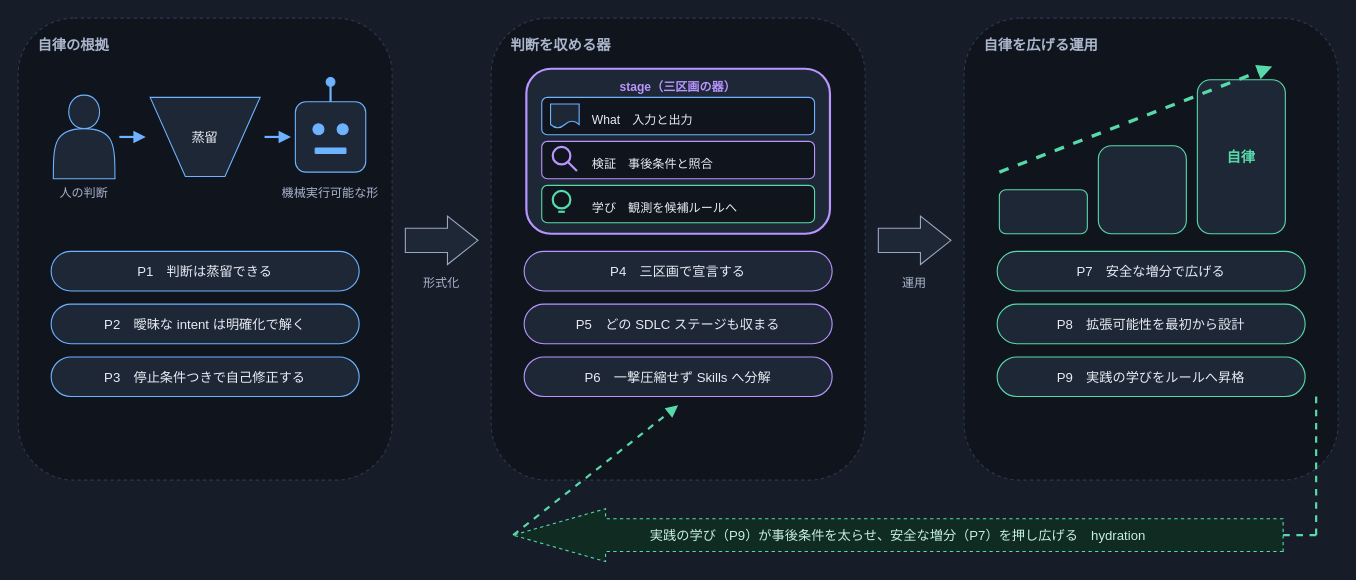
Earlier version of the draw.io diagram docs/diagrams/spec-principles.drawio (mazyu36/aidlc-workflows-note). Source tidied: cells renumbered, new cells numbered last; positions are measured from the earlier drawing's top-left corner, leaving out a move shared by most shapes. Both pictures are drawn from the tidied source at 110%, with x=0, y=0 at pixel (18, 18).
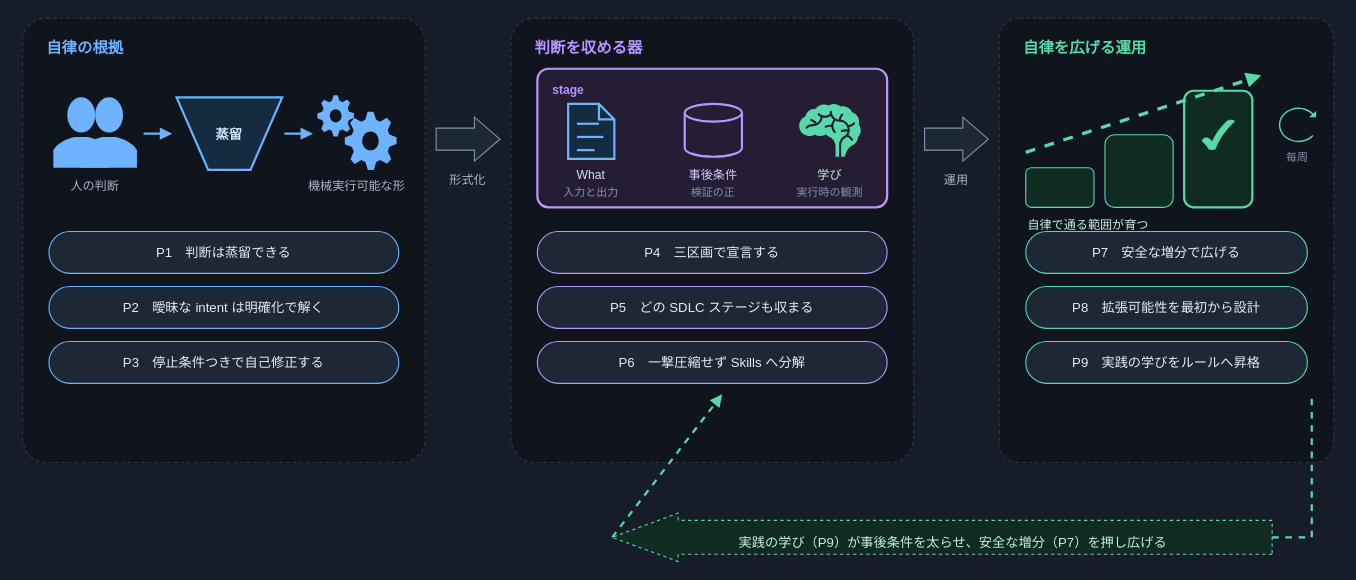
The same diagram, later.

Commit message (it also covers changes not shown here):
Rebuild spec diagrams with draw.io bundled pictogram stencils

Diff of the diagram source:
```diff
@@
-    <mxCell id="2" style="rounded=1;html=0;fillColor=#10141d;strokeColor=#2c3850;dashed=1;" parent="1" vertex="1">
-      <mxGeometry width="340" height="420" as="geometry" />
+    <mxCell id="2" style="rounded=1;html=0;arcSize=6;fillColor=#10141d;strokeColor=#2c3850;dashed=1;" parent="1" vertex="1">
+      <mxGeometry x="4" width="366" height="404" as="geometry" />
     </mxCell>
-    <mxCell id="3" value="自律の根拠" style="text;html=0;align=left;fontColor=#aab6cc;fontSize=13;fontStyle=1;" parent="1" vertex="1">
-      <mxGeometry x="16" y="10" width="200" height="24" as="geometry" />
+    <mxCell id="3" value="自律の根拠" style="text;html=0;align=left;fontColor=#6db3ff;fontSize=14;fontStyle=1;" parent="1" vertex="1">
+      <mxGeometry x="24" y="12" width="220" height="22" as="geometry" />
     </mxCell>
+    <mxCell id="53" style="shape=mxgraph.gmdl.users;html=0;fillColor=#6db3ff;strokeColor=none;" parent="1" vertex="1">
+      <mxGeometry x="32" y="72" width="76" height="64" as="geometry" />
+    </mxCell>
-    <mxCell id="4" value="人の判断" style="shape=actor;html=0;fillColor=#1e2736;strokeColor=#6db3ff;fontColor=#aab6cc;fontSize=11;verticalLabelPosition=bottom;verticalAlign=top;" parent="1" vertex="1">
-      <mxGeometry x="32" y="70" width="56" height="76" as="geometry" />
+    <mxCell id="4" value="人の判断" style="text;html=0;align=center;fontColor=#aab6cc;fontSize=11;" parent="1" vertex="1">
+      <mxGeometry x="32" y="140" width="76" height="18" as="geometry" />
     </mxCell>
-    <mxCell id="5" value="蒸留" style="shape=trapezoid;flipV=1;html=0;fillColor=#1e2736;strokeColor=#6db3ff;fontColor=#e8ecf4;fontSize=12;size=0.32;" parent="1" vertex="1">
-      <mxGeometry x="120" y="72" width="100" height="72" as="geometry" />
+    <mxCell id="5" style="shape=trapezoid;flipV=1;html=0;fillColor=#152b3f;strokeColor=#6db3ff;strokeWidth=2;size=0.3;perimeter=none;" parent="1" vertex="1">
+      <mxGeometry x="144" y="72" width="96" height="66" as="geometry" />
     </mxCell>
-    <mxCell id="6" style="rounded=1;html=0;fillColor=#1e2736;strokeColor=#6db3ff;" parent="1" vertex="1">
-      <mxGeometry x="252" y="76" width="64" height="64" as="geometry" />
-    </mxCell>
-    <mxCell id="7" style="ellipse;html=0;fillColor=#6db3ff;strokeColor=#6db3ff;" parent="1" vertex="1">
-      <mxGeometry x="268" y="96" width="10" height="10" as="geometry" />
-    </mxCell>
-    <mxCell id="8" style="ellipse;html=0;fillColor=#6db3ff;strokeColor=#6db3ff;" parent="1" vertex="1">
-      <mxGeometry x="290" y="96" width="10" height="10" as="geometry" />
-    </mxCell>
-    <mxCell id="9" style="rounded=1;html=0;fillColor=#6db3ff;strokeColor=#6db3ff;" parent="1" vertex="1">
-      <mxGeometry x="270" y="118" width="28" height="5" as="geometry" />
-    </mxCell>
-    <mxCell id="10" style="html=0;strokeColor=#6db3ff;strokeWidth=2;endArrow=none;" parent="1" edge="1">
-      <mxGeometry relative="1" as="geometry">
-        <mxPoint x="284" y="76" as="sourcePoint" />
-        <mxPoint x="284" y="62" as="targetPoint" />
-      </mxGeometry>
-    </mxCell>
-    <mxCell id="11" style="ellipse;html=0;fillColor=#6db3ff;strokeColor=#6db3ff;" parent="1" vertex="1">
-      <mxGeometry x="280" y="54" width="8" height="8" as="geometry" />
-    </mxCell>
+    <mxCell id="54" value="蒸留" style="text;html=0;align=center;fontColor=#cfe6ff;fontSize=12;fontStyle=1;" parent="1" vertex="1">
+      <mxGeometry x="144" y="92" width="96" height="18" as="geometry" />
+    </mxCell>
+    <mxCell id="55" style="shape=mxgraph.mscae.general_symbols.gears;html=0;fillColor=#6db3ff;strokeColor=none;" parent="1" vertex="1">
+      <mxGeometry x="272" y="70" width="72" height="68" as="geometry" />
+    </mxCell>
     <mxCell id="12" value="機械実行可能な形" style="text;html=0;align=center;fontColor=#aab6cc;fontSize=11;" parent="1" vertex="1">
-      <mxGeometry x="228" y="146" width="112" height="18" as="geometry" />
+      <mxGeometry x="258" y="140" width="100" height="18" as="geometry" />
     </mxCell>
     <mxCell id="13" style="html=0;strokeColor=#6db3ff;strokeWidth=2;endArrow=block;" parent="1" edge="1">
       <mxGeometry relative="1" as="geometry">
-        <mxPoint x="92" y="108" as="sourcePoint" />
-        <mxPoint x="116" y="108" as="targetPoint" />
+        <mxPoint x="114" y="105" as="sourcePoint" />
+        <mxPoint x="140" y="105" as="targetPoint" />
       </mxGeometry>
     </mxCell>
     <mxCell id="14" style="html=0;strokeColor=#6db3ff;strokeWidth=2;endArrow=block;" parent="1" edge="1">
       <mxGeometry relative="1" as="geometry">
-        <mxPoint x="224" y="108" as="sourcePoint" />
-        <mxPoint x="248" y="108" as="targetPoint" />
+        <mxPoint x="242" y="105" as="sourcePoint" />
+        <mxPoint x="268" y="105" as="targetPoint" />
       </mxGeometry>
     </mxCell>
     <mxCell id="15" value="P1　判断は蒸留できる" style="rounded=1;html=0;arcSize=50;fillColor=#1e2736;strokeColor=#6db3ff;fontColor=#e8ecf4;fontSize=12;" parent="1" vertex="1">
-      <mxGeometry x="30" y="212" width="280" height="36" as="geometry" />
+      <mxGeometry x="28" y="194" width="318" height="38" as="geometry" />
     </mxCell>
     <mxCell id="16" value="P2　曖昧な intent は明確化で解く" style="rounded=1;html=0;arcSize=50;fillColor=#1e2736;strokeColor=#6db3ff;fontColor=#e8ecf4;fontSize=12;" parent="1" vertex="1">
-      <mxGeometry x="30" y="260" width="280" height="36" as="geometry" />
+      <mxGeometry x="28" y="244" width="318" height="38" as="geometry" />
     </mxCell>
     <mxCell id="17" value="P3　停止条件つきで自己修正する" style="rounded=1;html=0;arcSize=50;fillColor=#1e2736;strokeColor=#6db3ff;fontColor=#e8ecf4;fontSize=12;" parent="1" vertex="1">
-      <mxGeometry x="30" y="308" width="280" height="36" as="geometry" />
+      <mxGeometry x="28" y="294" width="318" height="38" as="geometry" />
     </mxCell>
-    <mxCell id="18" style="shape=singleArrow;html=0;arrowWidth=0.5;arrowSize=0.42;fillColor=#1e2736;strokeColor=#9aa7bf;" parent="1" vertex="1">
-      <mxGeometry x="352" y="180" width="66" height="44" as="geometry" />
+    <mxCell id="18" style="shape=singleArrow;html=0;arrowWidth=0.5;arrowSize=0.4;fillColor=#1e2736;strokeColor=#8492ac;" parent="1" vertex="1">
+      <mxGeometry x="380" y="90" width="58" height="40" as="geometry" />
     </mxCell>
     <mxCell id="19" value="形式化" style="text;html=0;align=center;fontColor=#aab6cc;fontSize=11;" parent="1" vertex="1">
-      <mxGeometry x="352" y="228" width="66" height="18" as="geometry" />
+      <mxGeometry x="380" y="134" width="58" height="18" as="geometry" />
     </mxCell>
-    <mxCell id="20" style="rounded=1;html=0;fillColor=#10141d;strokeColor=#2c3850;dashed=1;" parent="1" vertex="1">
-      <mxGeometry x="430" width="340" height="420" as="geometry" />
+    <mxCell id="20" style="rounded=1;html=0;arcSize=6;fillColor=#10141d;strokeColor=#2c3850;dashed=1;" parent="1" vertex="1">
+      <mxGeometry x="448" width="366" height="404" as="geometry" />
     </mxCell>
-    <mxCell id="21" value="判断を収める器" style="text;html=0;align=left;fontColor=#aab6cc;fontSize=13;fontStyle=1;" parent="1" vertex="1">
-      <mxGeometry x="446" y="10" width="200" height="24" as="geometry" />
+    <mxCell id="21" value="判断を収める器" style="text;html=0;align=left;fontColor=#b895ff;fontSize=14;fontStyle=1;" parent="1" vertex="1">
+      <mxGeometry x="468" y="12" width="220" height="22" as="geometry" />
     </mxCell>
-    <mxCell id="22" style="rounded=1;html=0;fillColor=#1e2736;strokeColor=#b895ff;strokeWidth=2;" parent="1" vertex="1">
-      <mxGeometry x="462" y="46" width="276" height="150" as="geometry" />
+    <mxCell id="22" style="rounded=1;html=0;arcSize=8;fillColor=#241d33;strokeColor=#b895ff;strokeWidth=2;" parent="1" vertex="1">
+      <mxGeometry x="472" y="46" width="318" height="126" as="geometry" />
     </mxCell>
-    <mxCell id="23" value="stage（三区画の器）" style="text;html=0;align=center;fontColor=#b895ff;fontSize=11;fontStyle=1;" parent="1" vertex="1">
-      <mxGeometry x="462" y="50" width="276" height="16" as="geometry" />
-    </mxCell>
-    <mxCell id="24" style="rounded=1;html=0;fillColor=#10141d;strokeColor=#6db3ff;" parent="1" vertex="1">
-      <mxGeometry x="476" y="72" width="248" height="34" as="geometry" />
-    </mxCell>
-    <mxCell id="25" style="shape=document;html=0;fillColor=#1e2736;strokeColor=#6db3ff;" parent="1" vertex="1">
-      <mxGeometry x="484" y="78" width="26" height="22" as="geometry" />
-    </mxCell>
-    <mxCell id="26" value="What　入力と出力" style="text;html=0;align=left;fontColor=#e8ecf4;fontSize=11;" parent="1" vertex="1">
-      <mxGeometry x="520" y="80" width="190" height="18" as="geometry" />
-    </mxCell>
-    <mxCell id="27" style="rounded=1;html=0;fillColor=#10141d;strokeColor=#b895ff;" parent="1" vertex="1">
-      <mxGeometry x="476" y="112" width="248" height="34" as="geometry" />
-    </mxCell>
-    <mxCell id="28" style="ellipse;html=0;fillColor=none;strokeColor=#b895ff;strokeWidth=2;" parent="1" vertex="1">
-      <mxGeometry x="486" y="117" width="16" height="16" as="geometry" />
-    </mxCell>
-    <mxCell id="29" style="html=0;strokeColor=#b895ff;strokeWidth=2;endArrow=none;" parent="1" edge="1">
-      <mxGeometry relative="1" as="geometry">
-        <mxPoint x="500" y="131" as="sourcePoint" />
-        <mxPoint x="508" y="139" as="targetPoint" />
-      </mxGeometry>
-    </mxCell>
-    <mxCell id="30" value="検証　事後条件と照合" style="text;html=0;align=left;fontColor=#e8ecf4;fontSize=11;" parent="1" vertex="1">
-      <mxGeometry x="520" y="120" width="190" height="18" as="geometry" />
-    </mxCell>
-    <mxCell id="31" style="rounded=1;html=0;fillColor=#10141d;strokeColor=#57d9a9;" parent="1" vertex="1">
-      <mxGeometry x="476" y="152" width="248" height="34" as="geometry" />
-    </mxCell>
-    <mxCell id="32" style="ellipse;html=0;fillColor=none;strokeColor=#57d9a9;strokeWidth=2;" parent="1" vertex="1">
-      <mxGeometry x="486" y="157" width="16" height="16" as="geometry" />
-    </mxCell>
-    <mxCell id="33" style="html=0;strokeColor=#57d9a9;strokeWidth=2;endArrow=none;" parent="1" edge="1">
-      <mxGeometry relative="1" as="geometry">
-        <mxPoint x="491" y="176" as="sourcePoint" />
-        <mxPoint x="497" y="176" as="targetPoint" />
-      </mxGeometry>
-    </mxCell>
-    <mxCell id="34" value="学び　観測を候補ルールへ" style="text;html=0;align=left;fontColor=#e8ecf4;fontSize=11;" parent="1" vertex="1">
-      <mxGeometry x="520" y="160" width="190" height="18" as="geometry" />
-    </mxCell>
+    <mxCell id="56" value="stage" style="text;html=0;align=left;fontColor=#b895ff;fontSize=11;fontStyle=1;" parent="1" vertex="1">
+      <mxGeometry x="484" y="52" width="90" height="16" as="geometry" />
+    </mxCell>
+    <mxCell id="57" style="shape=note;html=0;size=14;fillColor=#152b3f;strokeColor=#6db3ff;strokeWidth=2;" parent="1" vertex="1">
+      <mxGeometry x="500" y="78" width="42" height="50" as="geometry" />
+    </mxCell>
+    <mxCell id="58" style="html=0;strokeColor=#6db3ff;strokeWidth=2;endArrow=none;" parent="1" edge="1">
+      <mxGeometry relative="1" as="geometry">
+        <mxPoint x="508" y="96" as="sourcePoint" />
+        <mxPoint x="528" y="96" as="targetPoint" />
+      </mxGeometry>
+    </mxCell>
+    <mxCell id="59" style="html=0;strokeColor=#6db3ff;strokeWidth=2;endArrow=none;" parent="1" edge="1">
+      <mxGeometry relative="1" as="geometry">
+        <mxPoint x="508" y="108" as="sourcePoint" />
+        <mxPoint x="532" y="108" as="targetPoint" />
+      </mxGeometry>
+    </mxCell>
+    <mxCell id="60" style="html=0;strokeColor=#6db3ff;strokeWidth=2;endArrow=none;" parent="1" edge="1">
+      <mxGeometry relative="1" as="geometry">
+        <mxPoint x="508" y="120" as="sourcePoint" />
+        <mxPoint x="524" y="120" as="targetPoint" />
+      </mxGeometry>
+    </mxCell>
+    <mxCell id="61" value="What" style="text;html=0;align=center;fontColor=#cfe6ff;fontSize=11;" parent="1" vertex="1">
+      <mxGeometry x="486" y="130" width="70" height="16" as="geometry" />
+    </mxCell>
+    <mxCell id="62" value="入力と出力" style="text;html=0;align=center;fontColor=#8492ac;fontSize=10;" parent="1" vertex="1">
+      <mxGeometry x="480" y="146" width="82" height="14" as="geometry" />
+    </mxCell>
+    <mxCell id="63" style="shape=mxgraph.flowchart.database;html=0;fillColor=#241d33;strokeColor=#b895ff;strokeWidth=2;" parent="1" vertex="1">
+      <mxGeometry x="606" y="78" width="52" height="48" as="geometry" />
+    </mxCell>
+    <mxCell id="64" value="事後条件" style="text;html=0;align=center;fontColor=#dbc9ff;fontSize=11;" parent="1" vertex="1">
+      <mxGeometry x="597" y="130" width="70" height="16" as="geometry" />
+    </mxCell>
+    <mxCell id="65" value="検証の正" style="text;html=0;align=center;fontColor=#8492ac;fontSize=10;" parent="1" vertex="1">
+      <mxGeometry x="597" y="146" width="70" height="14" as="geometry" />
+    </mxCell>
+    <mxCell id="66" style="shape=mxgraph.signs.healthcare.brain;html=0;fillColor=#57d9a9;strokeColor=none;" parent="1" vertex="1">
+      <mxGeometry x="710" y="78" width="56" height="48" as="geometry" />
+    </mxCell>
+    <mxCell id="67" value="学び" style="text;html=0;align=center;fontColor=#c8f0e0;fontSize=11;" parent="1" vertex="1">
+      <mxGeometry x="703" y="130" width="70" height="16" as="geometry" />
+    </mxCell>
+    <mxCell id="68" value="実行時の観測" style="text;html=0;align=center;fontColor=#8492ac;fontSize=10;" parent="1" vertex="1">
+      <mxGeometry x="696" y="146" width="84" height="14" as="geometry" />
+    </mxCell>
     <mxCell id="35" value="P4　三区画で宣言する" style="rounded=1;html=0;arcSize=50;fillColor=#1e2736;strokeColor=#b895ff;fontColor=#e8ecf4;fontSize=12;" parent="1" vertex="1">
-      <mxGeometry x="460" y="212" width="280" height="36" as="geometry" />
+      <mxGeometry x="472" y="194" width="318" height="38" as="geometry" />
     </mxCell>
     <mxCell id="36" value="P5　どの SDLC ステージも収まる" style="rounded=1;html=0;arcSize=50;fillColor=#1e2736;strokeColor=#b895ff;fontColor=#e8ecf4;fontSize=12;" parent="1" vertex="1">
-      <mxGeometry x="460" y="260" width="280" height="36" as="geometry" />
+      <mxGeometry x="472" y="244" width="318" height="38" as="geometry" />
     </mxCell>
     <mxCell id="37" value="P6　一撃圧縮せず Skills へ分解" style="rounded=1;html=0;arcSize=50;fillColor=#1e2736;strokeColor=#b895ff;fontColor=#e8ecf4;fontSize=12;" parent="1" vertex="1">
-      <mxGeometry x="460" y="308" width="280" height="36" as="geometry" />
+      <mxGeometry x="472" y="294" width="318" height="38" as="geometry" />
     </mxCell>
-    <mxCell id="38" style="shape=singleArrow;html=0;arrowWidth=0.5;arrowSize=0.42;fillColor=#1e2736;strokeColor=#9aa7bf;" parent="1" vertex="1">
-      <mxGeometry x="782" y="180" width="66" height="44" as="geometry" />
+    <mxCell id="38" style="shape=singleArrow;html=0;arrowWidth=0.5;arrowSize=0.4;fillColor=#1e2736;strokeColor=#8492ac;" parent="1" vertex="1">
+      <mxGeometry x="824" y="90" width="58" height="40" as="geometry" />
     </mxCell>
     <mxCell id="39" value="運用" style="text;html=0;align=center;fontColor=#aab6cc;fontSize=11;" parent="1" vertex="1">
-      <mxGeometry x="782" y="228" width="66" height="18" as="geometry" />
+      <mxGeometry x="824" y="134" width="58" height="18" as="geometry" />
     </mxCell>
-    <mxCell id="40" style="rounded=1;html=0;fillColor=#10141d;strokeColor=#2c3850;dashed=1;" parent="1" vertex="1">
-      <mxGeometry x="860" width="340" height="420" as="geometry" />
+    <mxCell id="40" style="rounded=1;html=0;arcSize=6;fillColor=#10141d;strokeColor=#2c3850;dashed=1;" parent="1" vertex="1">
+      <mxGeometry x="892" width="304" height="404" as="geometry" />
     </mxCell>
-    <mxCell id="41" value="自律を広げる運用" style="text;html=0;align=left;fontColor=#aab6cc;fontSize=13;fontStyle=1;" parent="1" vertex="1">
-      <mxGeometry x="876" y="10" width="220" height="24" as="geometry" />
+    <mxCell id="41" value="自律を広げる運用" style="text;html=0;align=left;fontColor=#57d9a9;fontSize=14;fontStyle=1;" parent="1" vertex="1">
+      <mxGeometry x="912" y="12" width="220" height="22" as="geometry" />
     </mxCell>
-    <mxCell id="42" style="rounded=1;html=0;fillColor=#1e2736;strokeColor=#57d9a9;" parent="1" vertex="1">
-      <mxGeometry x="892" y="156" width="80" height="40" as="geometry" />
-    </mxCell>
-    <mxCell id="43" style="rounded=1;html=0;fillColor=#1e2736;strokeColor=#57d9a9;" parent="1" vertex="1">
-      <mxGeometry x="982" y="116" width="80" height="80" as="geometry" />
-    </mxCell>
-    <mxCell id="44" value="自律" style="rounded=1;html=0;fillColor=#1e2736;strokeColor=#57d9a9;fontColor=#57d9a9;fontSize=13;fontStyle=1;verticalAlign=middle;" parent="1" vertex="1">
-      <mxGeometry x="1072" y="56" width="80" height="140" as="geometry" />
-    </mxCell>
+    <mxCell id="69" style="rounded=1;html=0;arcSize=14;fillColor=#0f2b22;strokeColor=#57d9a9;" parent="1" vertex="1">
+      <mxGeometry x="916" y="136" width="62" height="36" as="geometry" />
+    </mxCell>
+    <mxCell id="70" style="rounded=1;html=0;arcSize=14;fillColor=#0f2b22;strokeColor=#57d9a9;" parent="1" vertex="1">
+      <mxGeometry x="988" y="106" width="62" height="66" as="geometry" />
+    </mxCell>
+    <mxCell id="71" style="rounded=1;html=0;arcSize=14;fillColor=#0f2b22;strokeColor=#57d9a9;strokeWidth=2;" parent="1" vertex="1">
+      <mxGeometry x="1060" y="66" width="62" height="106" as="geometry" />
+    </mxCell>
+    <mxCell id="72" style="shape=mxgraph.basic.tick;html=0;fillColor=#57d9a9;strokeColor=none;" parent="1" vertex="1">
+      <mxGeometry x="1076" y="92" width="30" height="28" as="geometry" />
+    </mxCell>
+    <mxCell id="73" value="自律で通る範囲が育つ" style="text;html=0;align=left;fontColor=#c8f0e0;fontSize=11;" parent="1" vertex="1">
+      <mxGeometry x="916" y="175" width="180" height="16" as="geometry" />
+    </mxCell>
-    <mxCell id="45" style="html=0;strokeColor=#57d9a9;strokeWidth=3;endArrow=block;dashed=1;" parent="1" edge="1">
+    <mxCell id="45" style="html=0;strokeColor=#57d9a9;strokeWidth=3;dashed=1;endArrow=block;" parent="1" edge="1">
       <mxGeometry relative="1" as="geometry">
-        <mxPoint x="892" y="140" as="sourcePoint" />
-        <mxPoint x="1140" y="44" as="targetPoint" />
+        <mxPoint x="916" y="122" as="sourcePoint" />
+        <mxPoint x="1130" y="52" as="targetPoint" />
       </mxGeometry>
     </mxCell>
+    <mxCell id="74" style="shape=mxgraph.gmdl.refresh;html=0;fillColor=#57d9a9;strokeColor=none;" parent="1" vertex="1">
+      <mxGeometry x="1146" y="80" width="34" height="34" as="geometry" />
+    </mxCell>
+    <mxCell id="75" value="毎周" style="text;html=0;align=center;fontColor=#8492ac;fontSize=10;" parent="1" vertex="1">
+      <mxGeometry x="1140" y="114" width="46" height="14" as="geometry" />
+    </mxCell>
     <mxCell id="46" value="P7　安全な増分で広げる" style="rounded=1;html=0;arcSize=50;fillColor=#1e2736;strokeColor=#57d9a9;fontColor=#e8ecf4;fontSize=12;" parent="1" vertex="1">
-      <mxGeometry x="890" y="212" width="280" height="36" as="geometry" />
+      <mxGeometry x="916" y="194" width="256" height="38" as="geometry" />
     </mxCell>
     <mxCell id="47" value="P8　拡張可能性を最初から設計" style="rounded=1;html=0;arcSize=50;fillColor=#1e2736;strokeColor=#57d9a9;fontColor=#e8ecf4;fontSize=12;" parent="1" vertex="1">
-      <mxGeometry x="890" y="260" width="280" height="36" as="geometry" />
+      <mxGeometry x="916" y="244" width="256" height="38" as="geometry" />
     </mxCell>
     <mxCell id="48" value="P9　実践の学びをルールへ昇格" style="rounded=1;html=0;arcSize=50;fillColor=#1e2736;strokeColor=#57d9a9;fontColor=#e8ecf4;fontSize=12;" parent="1" vertex="1">
-      <mxGeometry x="890" y="308" width="280" height="36" as="geometry" />
+      <mxGeometry x="916" y="294" width="256" height="38" as="geometry" />
     </mxCell>
-    <mxCell id="49" value="実践の学び（P9）が事後条件を太らせ、安全な増分（P7）を押し広げる　hydration" style="shape=singleArrow;direction=west;html=0;arrowWidth=0.62;arrowSize=0.12;fillColor=#0f2b22;strokeColor=#57d9a9;dashed=1;fontColor=#c8f0e0;fontSize=12;" parent="1" vertex="1">
-      <mxGeometry x="450" y="446" width="700" height="48" as="geometry" />
+    <mxCell id="49" style="shape=singleArrow;direction=west;html=0;arrowWidth=0.7;arrowSize=0.1;fillColor=#0f2b22;strokeColor=#57d9a9;dashed=1;" parent="1" vertex="1">
+      <mxGeometry x="540" y="450" width="600" height="44" as="geometry" />
     </mxCell>
-    <mxCell id="50" style="html=0;strokeColor=#57d9a9;strokeWidth=2;dashed=1;endArrow=none;" parent="1" edge="1">
-      <mxGeometry relative="1" as="geometry">
-        <mxPoint x="1150" y="470" as="sourcePoint" />
-        <mxPoint x="1180" y="470" as="targetPoint" />
-      </mxGeometry>
-    </mxCell>
-    <mxCell id="51" style="html=0;strokeColor=#57d9a9;strokeWidth=2;dashed=1;endArrow=none;" parent="1" edge="1">
-      <mxGeometry relative="1" as="geometry">
-        <mxPoint x="1180" y="470" as="sourcePoint" />
-        <mxPoint x="1180" y="344" as="targetPoint" />
-      </mxGeometry>
-    </mxCell>
-    <mxCell id="52" style="html=0;strokeColor=#57d9a9;strokeWidth=2;dashed=1;endArrow=block;" parent="1" edge="1">
-      <mxGeometry relative="1" as="geometry">
-        <mxPoint x="450" y="470" as="sourcePoint" />
-        <mxPoint x="600" y="352" as="targetPoint" />
-      </mxGeometry>
-    </mxCell>
+    <mxCell id="76" value="実践の学び（P9）が事後条件を太らせ、安全な増分（P7）を押し広げる" style="text;html=0;align=center;fontColor=#c8f0e0;fontSize=12;" parent="1" vertex="1">
+      <mxGeometry x="580" y="463" width="540" height="18" as="geometry" />
+    </mxCell>
+    <mxCell id="77" style="html=0;strokeColor=#57d9a9;strokeWidth=2;dashed=1;endArrow=none;" parent="1" edge="1">
+      <mxGeometry relative="1" as="geometry">
+        <mxPoint x="1140" y="472" as="sourcePoint" />
+        <mxPoint x="1176" y="472" as="targetPoint" />
+      </mxGeometry>
+    </mxCell>
+    <mxCell id="78" style="html=0;strokeColor=#57d9a9;strokeWidth=2;dashed=1;endArrow=none;" parent="1" edge="1">
+      <mxGeometry relative="1" as="geometry">
+        <mxPoint x="1176" y="472" as="sourcePoint" />
+        <mxPoint x="1176" y="340" as="targetPoint" />
+      </mxGeometry>
+    </mxCell>
+    <mxCell id="79" style="html=0;strokeColor=#57d9a9;strokeWidth=2;dashed=1;endArrow=block;" parent="1" edge="1">
+      <mxGeometry relative="1" as="geometry">
+        <mxPoint x="540" y="472" as="sourcePoint" />
+        <mxPoint x="640" y="342" as="targetPoint" />
+      </mxGeometry>
+    </mxCell>
```
